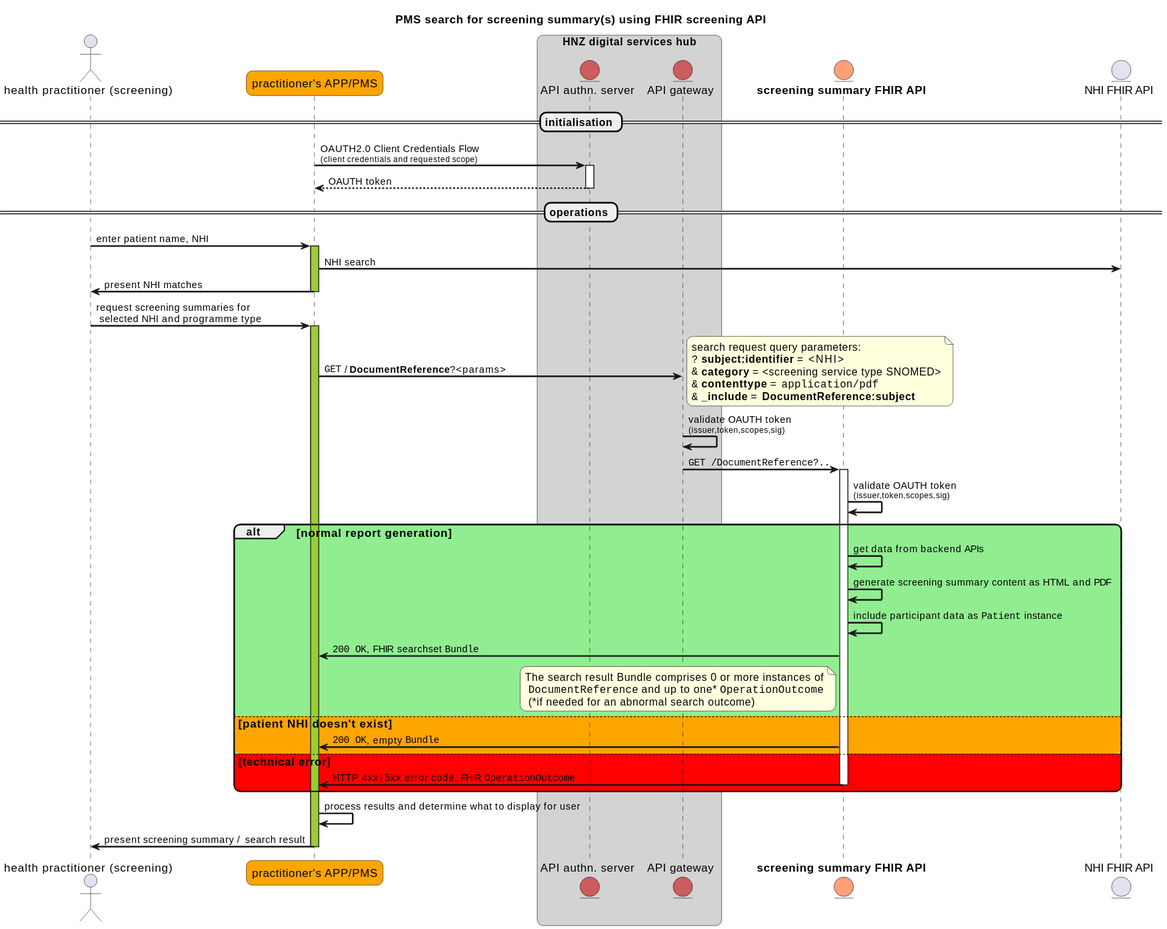
This is input/images/seq-fhir-screening-API.svg from tewhatuora/fhir-screening, a PlantUML export, as it was before one commit.
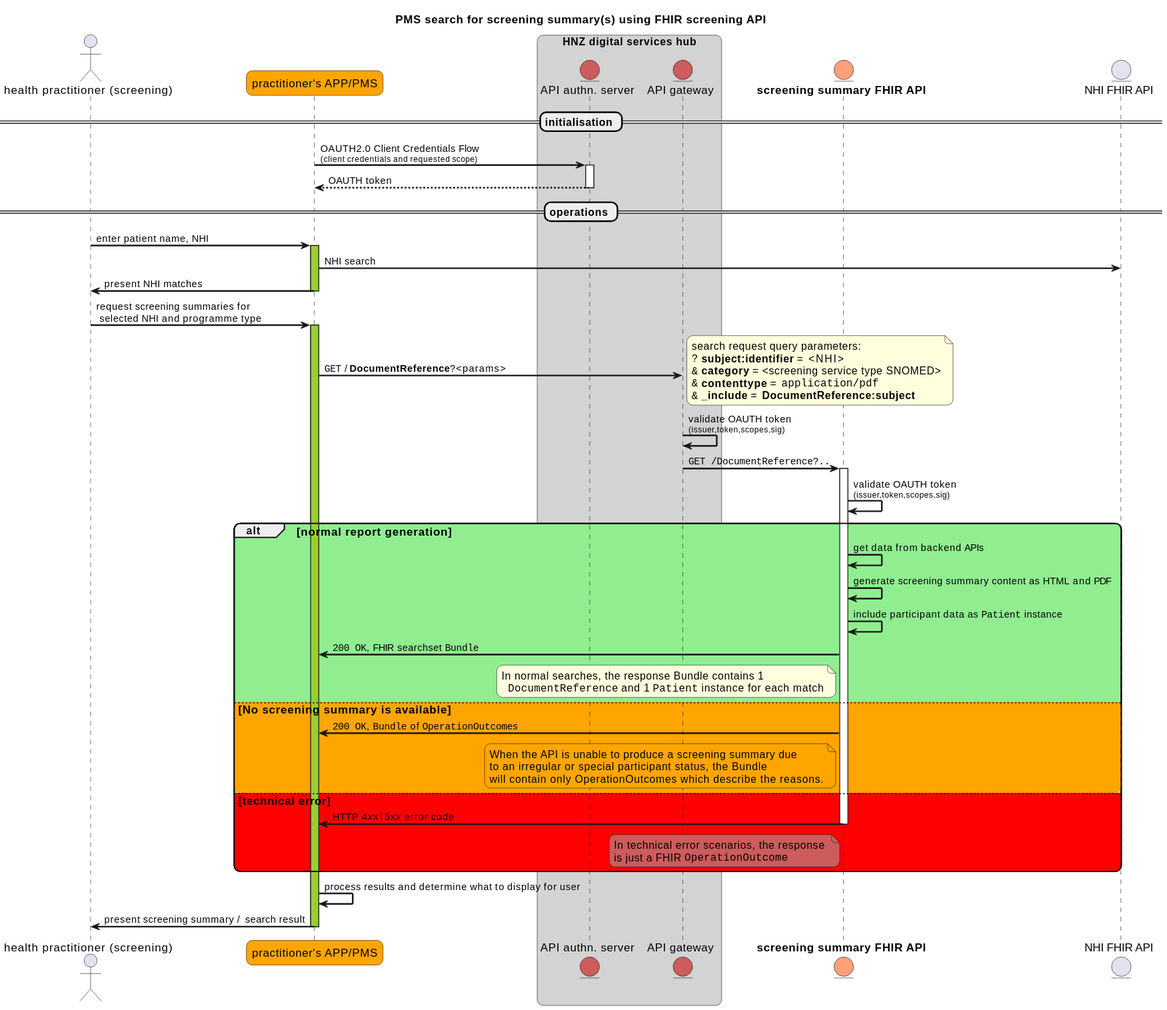
After the change.

What changed in the source:
```diff
@@ -64,16 +64,24 @@
 FHIR -> FHIR: generate screening summary content as HTML and PDF
 FHIR -> FHIR: include participant data as ""Patient"" instance
 FHIR -> APIC: ""200 OK"", FHIR searchset ""Bundle""
-note left of FHIR #LightYellow
-  The search result Bundle comprises 0 or more instances of
-   ""DocumentReference"" and up to one* ""OperationOutcome""
-   (*if needed for an abnormal search outcome)
-end note
+  note left of FHIR #LightYellow
+    In normal searches, the response Bundle contains 1
+      ""DocumentReference"" and 1 ""Patient"" instance for each match
+  end note
 
-else #Orange patient NHI doesn't exist
-FHIR -> APIC: ""200 OK"", empty ""Bundle""
+else #Orange No screening summary is available
+FHIR -> APIC: ""200 OK"", ""Bundle"" of ""OperationOutcome""s
+  note left of FHIR #Orange
+    When the API is unable to produce a screening summary due
+    to an irregular or special participant status, the Bundle
+    will contain only OperationOutcomes which describe the reasons.
+    end note
 else #Red technical error
-FHIR -> APIC--: HTTP ""4xx|5xx"" error code, FHIR ""OperationOutcome""
+  FHIR -> APIC--: HTTP ""4xx|5xx"" error code
+  note left of FHIR #IndianRed
+    In technical error scenarios, the response
+    is just a FHIR ""OperationOutcome""
+  end note
 end
 
 APIC -> APIC: process results and determine what to display for user
```
